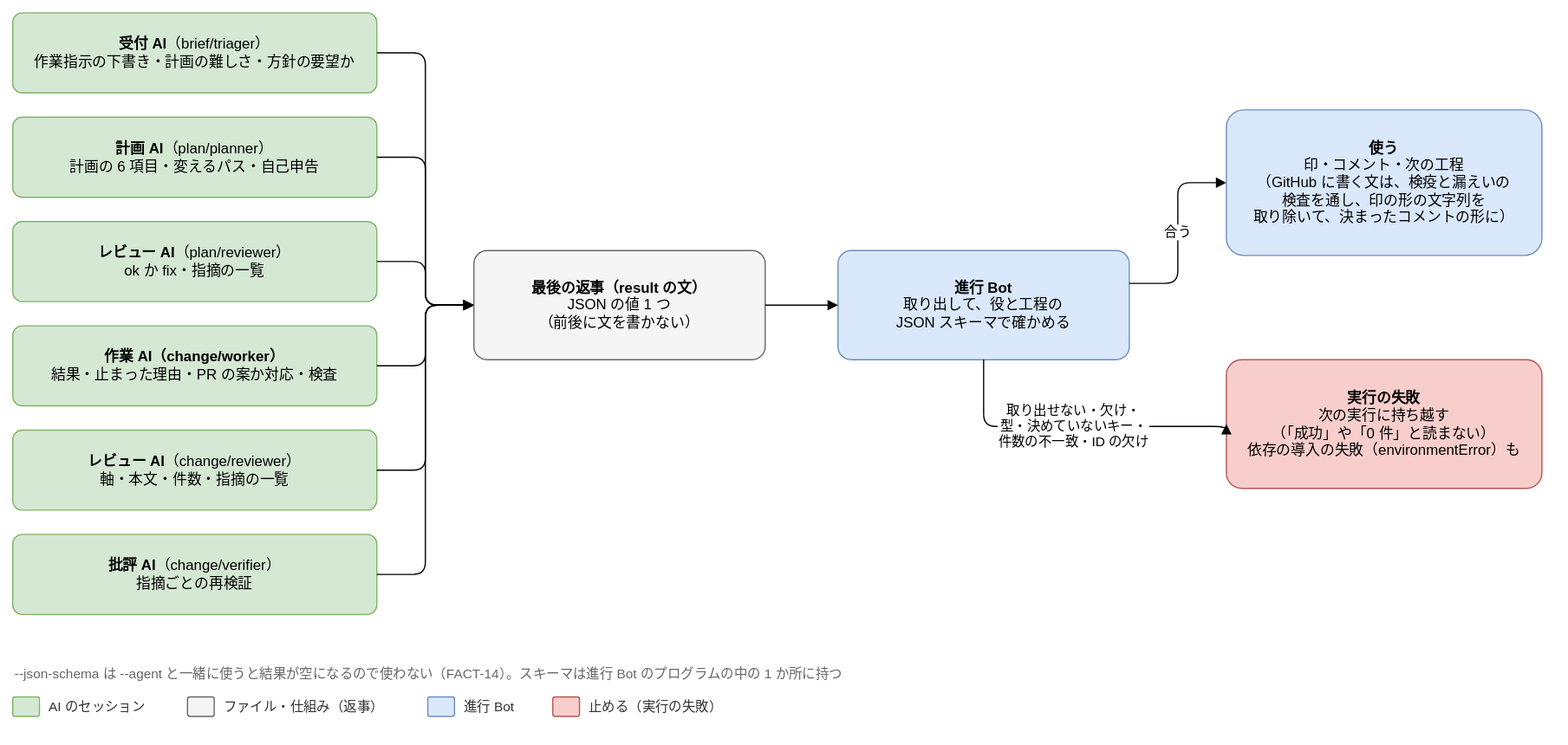
Earlier version of the draw.io export docs/design/basic/diagrams/03-output-contracts.drawio.svg (Joymerrevent/dev-autopilot). Source tidied: cells renumbered, new cells last; positions are measured from the earlier drawing's top-left corner, leaving out a move shared by most shapes.
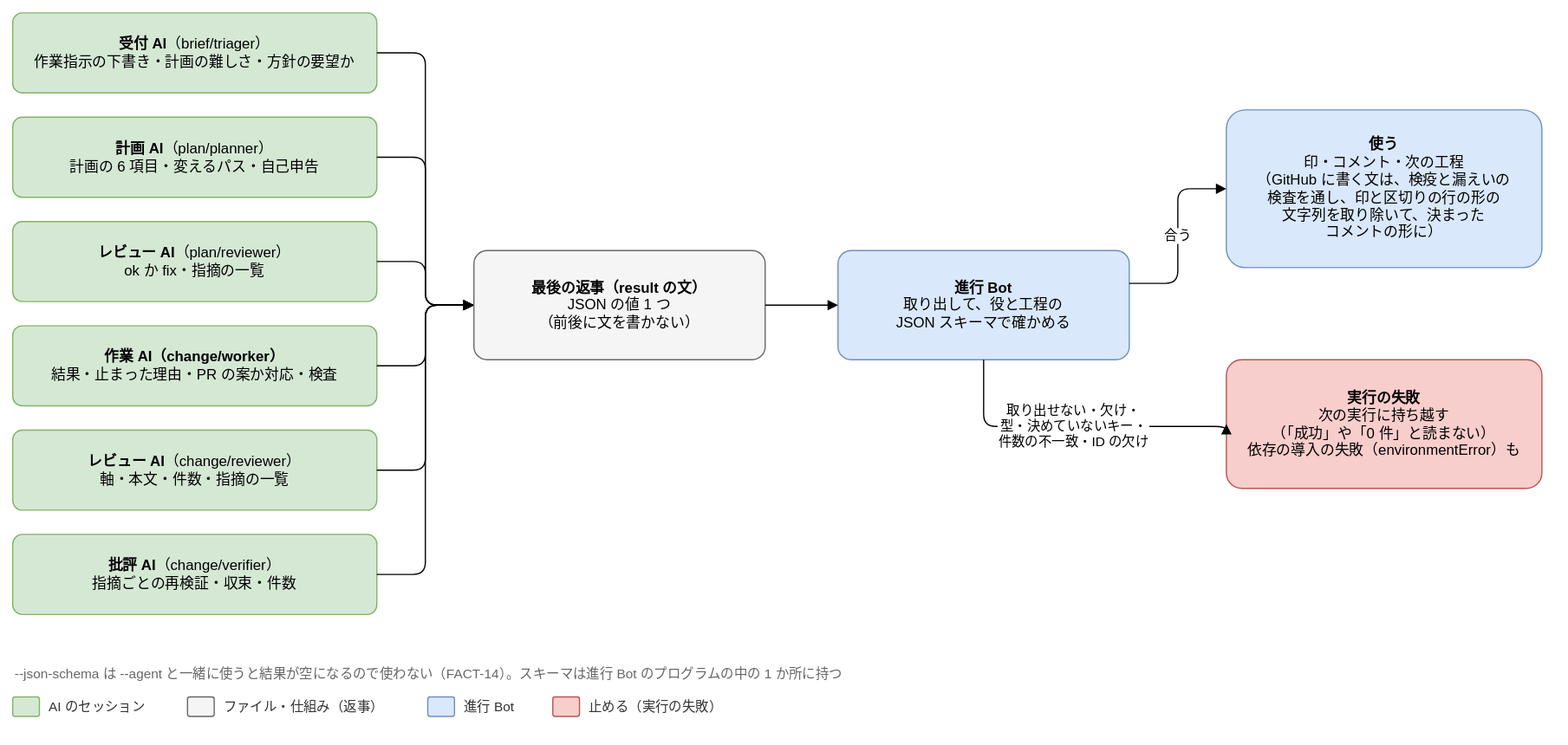
After the commit.

The edit, as a diff of the source:
```diff
@@ -32,7 +32,7 @@
     <mxCell id="11" style="edgeStyle=orthogonalEdgeStyle;rounded=1;html=1;endArrow=block;endFill=1;fontSize=11;labelBackgroundColor=#ffffff;exitX=1;exitY=0.5;exitDx=0;exitDy=0;entryX=0;entryY=0.5;entryDx=0;entryDy=0;" parent="1" edge="1" source="10" target="14">
       <mxGeometry relative="1" as="geometry" />
     </mxCell>
-    <mxCell id="12" value="&lt;b&gt;批評 AI&lt;/b&gt;（change/verifier）&lt;br&gt;指摘ごとの再検証" style="rounded=1;whiteSpace=wrap;html=1;fontSize=12;arcSize=12;spacing=12;fillColor=#d5e8d4;strokeColor=#82b366;" parent="1" vertex="1">
+    <mxCell id="12" value="&lt;b&gt;批評 AI&lt;/b&gt;（change/verifier）&lt;br&gt;指摘ごとの再検証・収束・件数" style="rounded=1;whiteSpace=wrap;html=1;fontSize=12;arcSize=12;spacing=12;fillColor=#d5e8d4;strokeColor=#82b366;" parent="1" vertex="1">
       <mxGeometry y="430" width="300" height="66" as="geometry" />
     </mxCell>
     <mxCell id="13" style="edgeStyle=orthogonalEdgeStyle;rounded=1;html=1;endArrow=block;endFill=1;fontSize=11;labelBackgroundColor=#ffffff;exitX=1;exitY=0.5;exitDx=0;exitDy=0;entryX=0;entryY=0.5;entryDx=0;entryDy=0;" parent="1" edge="1" source="12" target="14">
@@ -47,8 +47,8 @@
     <mxCell id="16" style="edgeStyle=orthogonalEdgeStyle;rounded=1;html=1;endArrow=block;endFill=1;fontSize=11;labelBackgroundColor=#ffffff;exitX=1;exitY=0.5;exitDx=0;exitDy=0;entryX=0;entryY=0.5;entryDx=0;entryDy=0;" parent="1" edge="1" source="14" target="15">
       <mxGeometry relative="1" as="geometry" />
     </mxCell>
-    <mxCell id="17" value="&lt;b&gt;使う&lt;/b&gt;&lt;br&gt;印・コメント・次の工程&lt;br&gt;（GitHub に書く文は、検疫と漏えいの&lt;br&gt;検査を通し、印の形の文字列を&lt;br&gt;取り除いて、決まったコメントの形に）" style="rounded=1;whiteSpace=wrap;html=1;fontSize=12;arcSize=12;spacing=12;fillColor=#dae8fc;strokeColor=#6c8ebf;" parent="1" vertex="1">
-      <mxGeometry x="1000" y="80" width="260" height="120" as="geometry" />
+    <mxCell id="17" value="&lt;b&gt;使う&lt;/b&gt;&lt;br&gt;印・コメント・次の工程&lt;br&gt;（GitHub に書く文は、検疫と漏えいの&lt;br&gt;検査を通し、印と区切りの行の形の&lt;br&gt;文字列を取り除いて、決まった&lt;br&gt;コメントの形に）" style="rounded=1;whiteSpace=wrap;html=1;fontSize=12;arcSize=12;spacing=12;fillColor=#dae8fc;strokeColor=#6c8ebf;" parent="1" vertex="1">
+      <mxGeometry x="1000" y="80" width="260" height="130" as="geometry" />
     </mxCell>
     <mxCell id="18" value="&lt;b&gt;実行の失敗&lt;/b&gt;&lt;br&gt;次の実行に持ち越す&lt;br&gt;（「成功」や「0 件」と読まない）&lt;br&gt;依存の導入の失敗（environmentError）も" style="rounded=1;whiteSpace=wrap;html=1;fontSize=12;arcSize=12;spacing=12;fillColor=#f8cecc;strokeColor=#b85450;" parent="1" vertex="1">
       <mxGeometry x="1000" y="286" width="260" height="106" as="geometry" />
```
